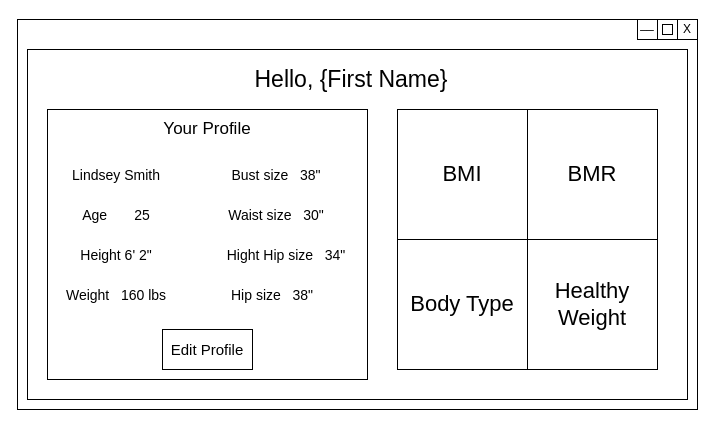
Above: MainWindow.drawio in kkuvaldina/draw.io (draw.io), before the change. Source tidied: cells renumbered, new cells numbered last; positions are measured from the earlier drawing's top-left corner, leaving out a move shared by most shapes. Both pictures are drawn from the tidied source at 100%, with x=0, y=0 at pixel (17, 19).
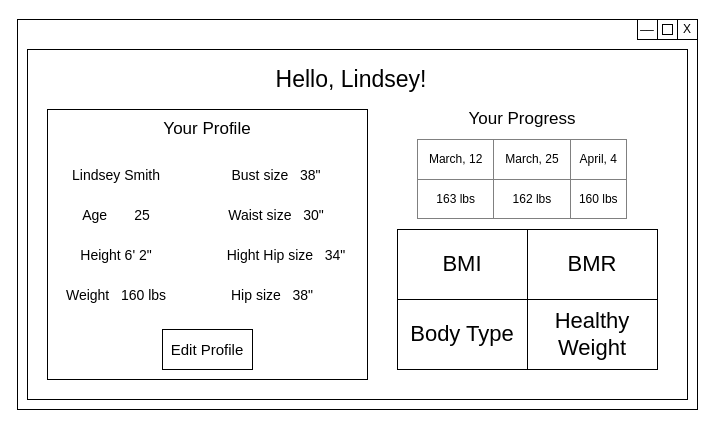
The same page after the edit.

What changed in the source:
```diff
@@
-    <mxCell id="10" value="&lt;div&gt;Hello, {First Name}&lt;/div&gt;" style="text;html=1;strokeColor=none;fillColor=none;align=center;verticalAlign=middle;whiteSpace=wrap;rounded=0;fontSize=23;" parent="1" vertex="1">
+    <mxCell id="10" value="&lt;div&gt;Hello,&amp;nbsp;Lindsey!&lt;/div&gt;" style="text;html=1;strokeColor=none;fillColor=none;align=center;verticalAlign=middle;whiteSpace=wrap;rounded=0;fontSize=23;" parent="1" vertex="1">
       <mxGeometry x="154" y="30" width="360" height="60" as="geometry" />
     </mxCell>
     <mxCell id="11" value="&lt;font style=&quot;font-size: 22px&quot;&gt;BMI&lt;/font&gt;" style="rounded=0;whiteSpace=wrap;html=1;" parent="1" vertex="1">
-      <mxGeometry x="380" y="90" width="130" height="130" as="geometry" />
+      <mxGeometry x="380" y="210" width="130" height="70" as="geometry" />
     </mxCell>
@@
     <mxCell id="23" value="&lt;span style=&quot;font-size: 22px ; white-space: normal&quot;&gt;BMR&lt;/span&gt;" style="rounded=0;whiteSpace=wrap;html=1;" parent="1" vertex="1">
-      <mxGeometry x="510" y="90" width="130" height="130" as="geometry" />
+      <mxGeometry x="510" y="210" width="130" height="70" as="geometry" />
     </mxCell>
     <mxCell id="24" value="&lt;span style=&quot;font-size: 22px&quot;&gt;Body Type&lt;/span&gt;" style="rounded=0;whiteSpace=wrap;html=1;" parent="1" vertex="1">
-      <mxGeometry x="380" y="220" width="130" height="130" as="geometry" />
+      <mxGeometry x="380" y="280" width="130" height="70" as="geometry" />
     </mxCell>
     <mxCell id="25" value="&lt;span style=&quot;font-size: 22px ; white-space: normal&quot;&gt;Healthy Weight&lt;/span&gt;" style="rounded=0;whiteSpace=wrap;html=1;" parent="1" vertex="1">
-      <mxGeometry x="510" y="220" width="130" height="130" as="geometry" />
+      <mxGeometry x="510" y="280" width="130" height="70" as="geometry" />
     </mxCell>
+    <mxCell id="26" value="&lt;table border=&quot;1&quot; width=&quot;100%&quot; style=&quot;width: 100% ; height: 100% ; border-collapse: collapse&quot;&gt;&lt;tbody&gt;&lt;tr&gt;&lt;td align=&quot;center&quot;&gt;March, 12&lt;/td&gt;&lt;td align=&quot;center&quot;&gt;March, 25&lt;/td&gt;&lt;td align=&quot;center&quot;&gt;April, 4&lt;/td&gt;&lt;/tr&gt;&lt;tr&gt;&lt;td align=&quot;center&quot;&gt;163 lbs&lt;/td&gt;&lt;td align=&quot;center&quot;&gt;162 lbs&lt;/td&gt;&lt;td align=&quot;center&quot;&gt;160 lbs&lt;/td&gt;&lt;/tr&gt;&lt;/tbody&gt;&lt;/table&gt;" style="text;html=1;strokeColor=none;fillColor=none;overflow=fill;" parent="1" vertex="1">
+      <mxGeometry x="400" y="120" width="210" height="80" as="geometry" />
+    </mxCell>
+    <mxCell id="27" value="&lt;font style=&quot;font-size: 17px&quot;&gt;Your Progress&lt;/font&gt;" style="text;html=1;strokeColor=none;fillColor=none;align=center;verticalAlign=middle;whiteSpace=wrap;rounded=0;fontSize=16;" parent="1" vertex="1">
+      <mxGeometry x="440" y="80" width="130" height="40" as="geometry" />
+    </mxCell>
```
